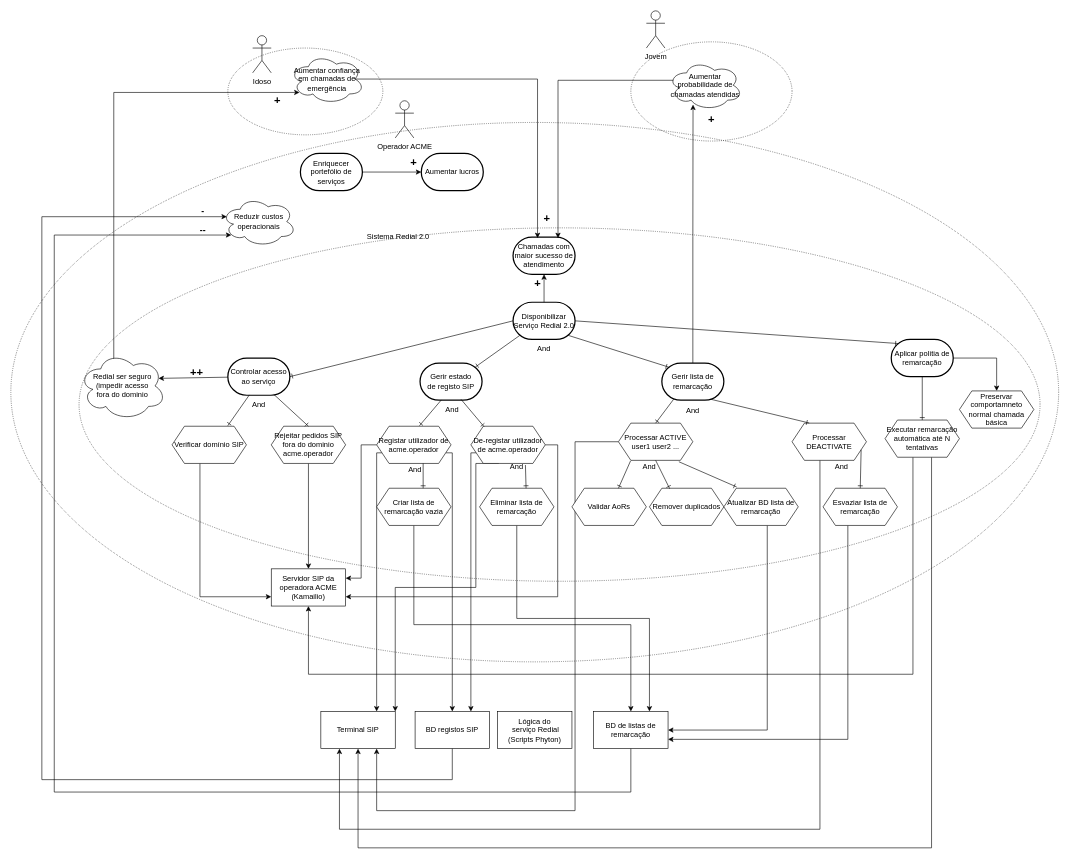
Above: Diagramas/IGRS_comLigRecursos.drawio in catarina-7/IGRS25G11 (draw.io), before the change. Source tidied: cells renumbered, new cells numbered last; positions are measured from the earlier drawing's top-left corner, leaving out a move shared by most shapes. Both pictures are drawn from the tidied source at 62%, with x=0, y=0 at pixel (11, 11).
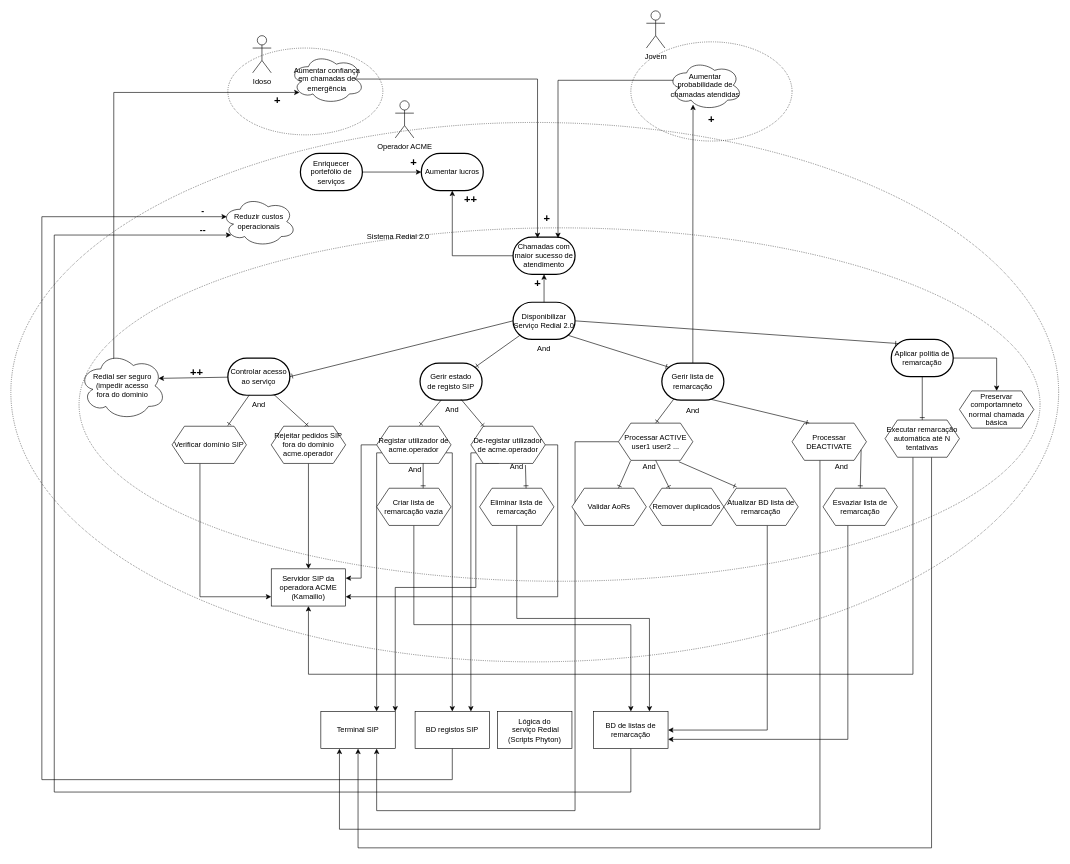
After the change.

Unchanged cells that the change refers to:
```xml
<mxCell id="10" value="Aumentar lucros" style="strokeWidth=2;html=1;shape=mxgraph.flowchart.terminator;whiteSpace=wrap;" parent="1" vertex="1">
  <mxGeometry x="662" y="230" width="100" height="60" as="geometry" />
</mxCell>
<mxCell id="12" value="Chamadas com maior sucesso de atendimento" style="strokeWidth=2;html=1;shape=mxgraph.flowchart.terminator;whiteSpace=wrap;" parent="1" vertex="1">
  <mxGeometry x="810" y="365" width="100" height="60" as="geometry" />
</mxCell>
```

Diff of the diagram source:
```diff
@@
+    <mxCell id="100" style="edgeStyle=orthogonalEdgeStyle;rounded=0;jettySize=auto;html=1;entryX=0.5;entryY=1;entryDx=0;entryDy=0;entryPerimeter=0;" parent="1" edge="1" source="12" target="10">
+      <mxGeometry relative="1" as="geometry" />
+    </mxCell>
+    <mxCell id="101" value="&lt;b&gt;&lt;font style=&quot;font-size: 18px;&quot;&gt;++&lt;/font&gt;&lt;/b&gt;" style="text;html=1;whiteSpace=wrap;strokeColor=none;fillColor=none;align=center;verticalAlign=middle;rounded=0;" parent="1" vertex="1">
+      <mxGeometry x="712" y="290" width="60" height="30" as="geometry" />
+    </mxCell>
```
